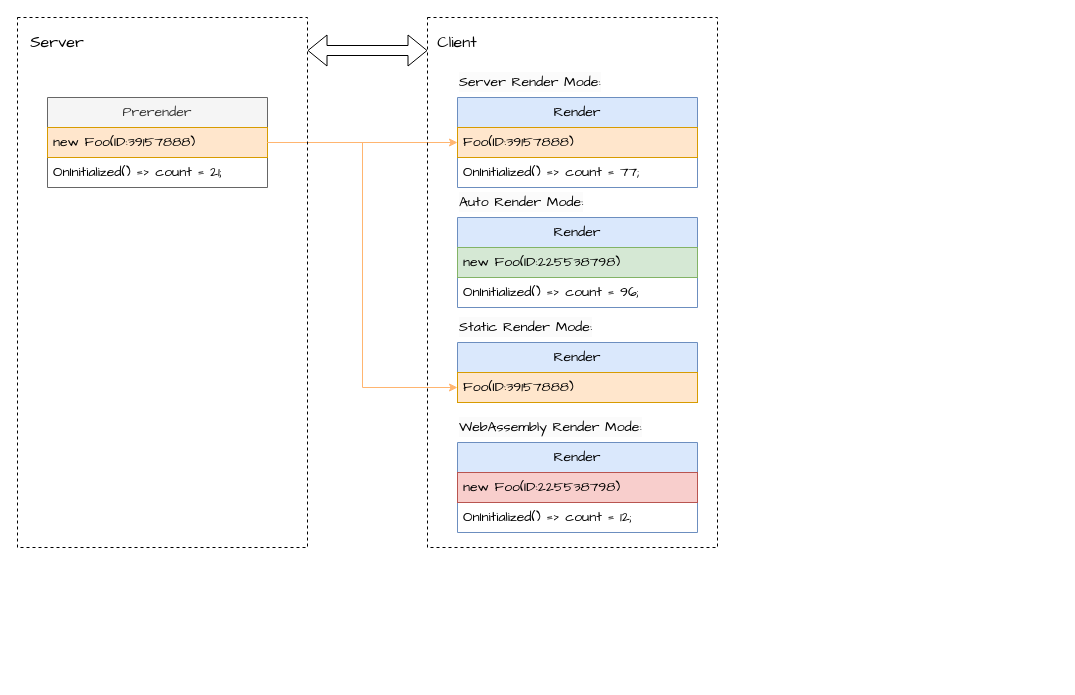
xccu/NetCore-Demo keeps this draw.io diagram as page "Prerender" (2 of 3) of Blazor.drawio. Above is the earlier version. Source tidied: cells renumbered, new cells numbered last; positions are measured from the earlier drawing's top-left corner, leaving out a move shared by most shapes. Both pictures are drawn from the tidied source at 100%, with x=0, y=0 at pixel (17, 17).
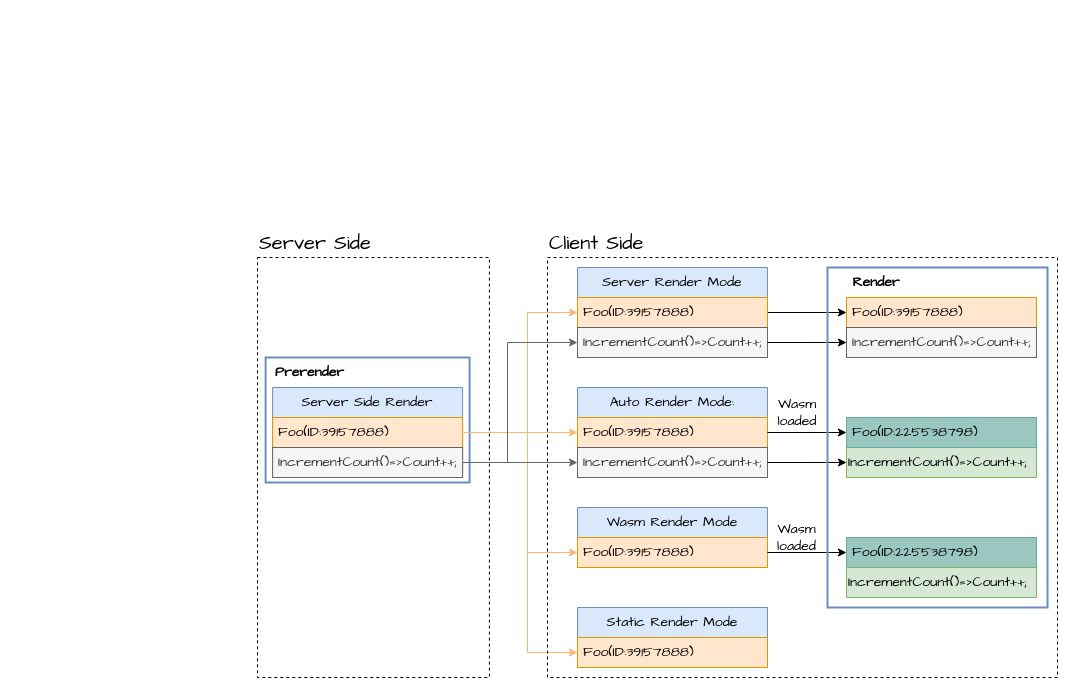
Above is the later version.

Change to the diagram source:
```diff
@@
-    <mxCell id="2" value="&lt;font face=&quot;Architects Daughter&quot; style=&quot;font-size: 16px;&quot;&gt;Server&lt;/font&gt;" style="text;html=1;strokeColor=none;fillColor=none;align=center;verticalAlign=middle;whiteSpace=wrap;rounded=0;fontSize=16;" parent="1" vertex="1">
-      <mxGeometry x="10" y="10" width="60" height="30" as="geometry" />
+    <mxCell id="2" value="&lt;font face=&quot;Architects Daughter&quot; style=&quot;font-size: 20px;&quot;&gt;Server Side&lt;/font&gt;" style="text;html=1;strokeColor=none;fillColor=none;align=left;verticalAlign=middle;whiteSpace=wrap;rounded=0;fontSize=16;" parent="1" vertex="1">
+      <mxGeometry x="240" y="210" width="140" height="30" as="geometry" />
     </mxCell>
-    <mxCell id="3" value="&lt;font face=&quot;Architects Daughter&quot; style=&quot;font-size: 16px;&quot;&gt;Client&lt;/font&gt;" style="text;html=1;strokeColor=none;fillColor=none;align=center;verticalAlign=middle;whiteSpace=wrap;rounded=0;fontSize=16;" parent="1" vertex="1">
-      <mxGeometry x="410" y="10" width="60" height="30" as="geometry" />
+    <mxCell id="3" value="&lt;font face=&quot;Architects Daughter&quot; style=&quot;font-size: 20px;&quot;&gt;Client Side&lt;/font&gt;" style="text;html=1;strokeColor=none;fillColor=none;align=left;verticalAlign=middle;whiteSpace=wrap;rounded=0;fontSize=16;" parent="1" vertex="1">
+      <mxGeometry x="530" y="210" width="110" height="30" as="geometry" />
     </mxCell>
-    <mxCell id="4" value="&lt;span style=&quot;color: rgb(0, 0, 0); font-size: 14px; font-style: normal; font-variant-ligatures: normal; font-variant-caps: normal; font-weight: 400; letter-spacing: normal; orphans: 2; text-align: left; text-indent: 0px; text-transform: none; widows: 2; word-spacing: 0px; -webkit-text-stroke-width: 0px; background-color: rgb(251, 251, 251); text-decoration-thickness: initial; text-decoration-style: initial; text-decoration-color: initial; float: none; display: inline !important;&quot;&gt;Server Render Mode:&lt;/span&gt;" style="text;whiteSpace=wrap;html=1;fontSize=14;fontFamily=Architects Daughter;" parent="1" vertex="1">
-      <mxGeometry x="440" y="50" width="150" height="30" as="geometry" />
-    </mxCell>
-    <mxCell id="5" value="&lt;span style=&quot;color: rgb(0, 0, 0); font-size: 14px; font-style: normal; font-variant-ligatures: normal; font-variant-caps: normal; font-weight: 400; letter-spacing: normal; orphans: 2; text-align: left; text-indent: 0px; text-transform: none; widows: 2; word-spacing: 0px; -webkit-text-stroke-width: 0px; background-color: rgb(251, 251, 251); text-decoration-thickness: initial; text-decoration-style: initial; text-decoration-color: initial; float: none; display: inline !important;&quot;&gt;Auto Render Mode:&lt;/span&gt;" style="text;whiteSpace=wrap;html=1;fontSize=14;fontFamily=Architects Daughter;" parent="1" vertex="1">
-      <mxGeometry x="440" y="170" width="140" height="30" as="geometry" />
-    </mxCell>
-    <mxCell id="6" value="&lt;span style=&quot;color: rgb(0, 0, 0); font-size: 14px; font-style: normal; font-variant-ligatures: normal; font-variant-caps: normal; font-weight: 400; letter-spacing: normal; orphans: 2; text-align: left; text-indent: 0px; text-transform: none; widows: 2; word-spacing: 0px; -webkit-text-stroke-width: 0px; background-color: rgb(251, 251, 251); text-decoration-thickness: initial; text-decoration-style: initial; text-decoration-color: initial; float: none; display: inline !important;&quot;&gt;Static Render Mode:&lt;/span&gt;" style="text;whiteSpace=wrap;html=1;fontSize=14;fontFamily=Architects Daughter;" parent="1" vertex="1">
-      <mxGeometry x="440" y="295" width="140" height="30" as="geometry" />
-    </mxCell>
-    <mxCell id="7" value="&lt;span style=&quot;color: rgb(0, 0, 0); font-size: 14px; font-style: normal; font-variant-ligatures: normal; font-variant-caps: normal; font-weight: 400; letter-spacing: normal; orphans: 2; text-align: left; text-indent: 0px; text-transform: none; widows: 2; word-spacing: 0px; -webkit-text-stroke-width: 0px; background-color: rgb(251, 251, 251); text-decoration-thickness: initial; text-decoration-style: initial; text-decoration-color: initial; float: none; display: inline !important;&quot;&gt;WebAssembly Render Mode:&lt;/span&gt;" style="text;whiteSpace=wrap;html=1;fontSize=14;fontFamily=Architects Daughter;" parent="1" vertex="1">
-      <mxGeometry x="440" y="395" width="190" height="30" as="geometry" />
-    </mxCell>
+    <mxCell id="27" style="edgeStyle=orthogonalEdgeStyle;rounded=0;jettySize=auto;html=1;exitX=1;exitY=0.5;exitDx=0;exitDy=0;entryX=0;entryY=0.5;entryDx=0;entryDy=0;strokeColor=#FFB570;" parent="1" edge="1" source="8" target="20">
+      <mxGeometry relative="1" as="geometry">
+        <Array as="points">
+          <mxPoint x="510" y="415" />
+          <mxPoint x="510" y="295" />
+        </Array>
+      </mxGeometry>
+    </mxCell>
+    <mxCell id="28" style="edgeStyle=orthogonalEdgeStyle;rounded=0;jettySize=auto;html=1;exitX=1;exitY=0.5;exitDx=0;exitDy=0;entryX=0;entryY=0.5;entryDx=0;entryDy=0;strokeColor=#FFB570;" parent="1" edge="1" source="8" target="12">
+      <mxGeometry relative="1" as="geometry" />
+    </mxCell>
-    <mxCell id="8" value="&lt;font face=&quot;Architects Daughter&quot; style=&quot;font-size: 14px;&quot;&gt;Prerender&lt;/font&gt;" style="swimlane;fontStyle=0;horizontal=1;startSize=30;whiteSpace=wrap;html=1;fillColor=#f5f5f5;strokeColor=#666666;fontColor=#333333;" parent="1" vertex="1">
-      <mxGeometry x="30" y="80" width="220" height="90" as="geometry" />
+    <mxCell id="8" value="&lt;font face=&quot;Architects Daughter&quot; style=&quot;font-size: 14px;&quot;&gt;Server Side Render&lt;/font&gt;" style="swimlane;fontStyle=0;horizontal=1;startSize=30;whiteSpace=wrap;html=1;fillColor=#dae8fc;strokeColor=#6c8ebf;" parent="1" vertex="1">
+      <mxGeometry x="255.1" y="370" width="190" height="90" as="geometry" />
     </mxCell>
-    <mxCell id="9" value="new Foo(ID:39157888)" style="text;align=left;verticalAlign=middle;spacingLeft=4;spacingRight=4;overflow=hidden;points=[[0,0.5],[1,0.5]];portConstraint=eastwest;whiteSpace=wrap;html=1;fontFamily=Architects Daughter;fontSize=14;fillColor=#ffe6cc;strokeColor=#d79b00;" parent="8" vertex="1">
-      <mxGeometry y="30" width="220" height="30" as="geometry" />
+    <mxCell id="9" value="Foo(ID:39157888)" style="text;align=left;verticalAlign=middle;spacingLeft=4;spacingRight=4;overflow=hidden;points=[[0,0.5],[1,0.5]];portConstraint=eastwest;whiteSpace=wrap;html=1;fontFamily=Architects Daughter;fontSize=14;fillColor=#ffe6cc;strokeColor=#d79b00;" parent="8" vertex="1">
+      <mxGeometry y="30" width="190" height="30" as="geometry" />
     </mxCell>
-    <mxCell id="10" value="OnInitialized() =&amp;gt; count = 21;" style="text;strokeColor=none;fillColor=none;align=left;verticalAlign=middle;spacingLeft=4;spacingRight=4;overflow=hidden;points=[[0,0.5],[1,0.5]];portConstraint=eastwest;whiteSpace=wrap;html=1;fontFamily=Architects Daughter;fontSize=14;" parent="8" vertex="1">
-      <mxGeometry y="60" width="220" height="30" as="geometry" />
+    <mxCell id="10" value="IncrementCount()=&amp;gt;Count++;" style="text;align=left;verticalAlign=middle;spacingLeft=4;spacingRight=4;overflow=hidden;points=[[0,0.5],[1,0.5]];portConstraint=eastwest;whiteSpace=wrap;html=1;fontFamily=Architects Daughter;fontSize=14;fillColor=#f5f5f5;fontColor=#333333;strokeColor=#666666;" parent="8" vertex="1">
+      <mxGeometry y="60" width="190" height="30" as="geometry" />
     </mxCell>
-    <mxCell id="11" value="&lt;font face=&quot;Architects Daughter&quot; style=&quot;font-size: 14px;&quot;&gt;Render&lt;/font&gt;" style="swimlane;fontStyle=0;horizontal=1;startSize=30;whiteSpace=wrap;html=1;fillColor=#dae8fc;strokeColor=#6c8ebf;" parent="1" vertex="1">
-      <mxGeometry x="440" y="200" width="240" height="90" as="geometry" />
+    <mxCell id="11" value="&lt;font face=&quot;Architects Daughter&quot; style=&quot;font-size: 14px;&quot;&gt;Auto Render Mode:&lt;/font&gt;" style="swimlane;fontStyle=0;horizontal=1;startSize=30;whiteSpace=wrap;html=1;fillColor=#dae8fc;strokeColor=#6c8ebf;" parent="1" vertex="1">
+      <mxGeometry x="560" y="370" width="190" height="90" as="geometry" />
     </mxCell>
-    <mxCell id="12" value="new Foo(ID:225538798)" style="text;align=left;verticalAlign=middle;spacingLeft=4;spacingRight=4;overflow=hidden;points=[[0,0.5],[1,0.5]];portConstraint=eastwest;whiteSpace=wrap;html=1;fontFamily=Architects Daughter;fontSize=14;fillColor=#d5e8d4;strokeColor=#82b366;" parent="11" vertex="1">
-      <mxGeometry y="30" width="240" height="30" as="geometry" />
+    <mxCell id="12" value="Foo(ID:39157888)" style="text;align=left;verticalAlign=middle;spacingLeft=4;spacingRight=4;overflow=hidden;points=[[0,0.5],[1,0.5]];portConstraint=eastwest;whiteSpace=wrap;html=1;fontFamily=Architects Daughter;fontSize=14;fillColor=#ffe6cc;strokeColor=#d79b00;" parent="11" vertex="1">
+      <mxGeometry y="30" width="190" height="30" as="geometry" />
     </mxCell>
-    <mxCell id="13" value="OnInitialized() =&amp;gt; count = 96;" style="text;strokeColor=none;fillColor=none;align=left;verticalAlign=middle;spacingLeft=4;spacingRight=4;overflow=hidden;points=[[0,0.5],[1,0.5]];portConstraint=eastwest;whiteSpace=wrap;html=1;fontFamily=Architects Daughter;fontSize=14;" parent="11" vertex="1">
-      <mxGeometry y="60" width="240" height="30" as="geometry" />
+    <mxCell id="13" value="IncrementCount()=&amp;gt;Count++;" style="text;strokeColor=#666666;fillColor=#f5f5f5;align=left;verticalAlign=middle;spacingLeft=4;spacingRight=4;overflow=hidden;points=[[0,0.5],[1,0.5]];portConstraint=eastwest;whiteSpace=wrap;html=1;fontFamily=Architects Daughter;fontSize=14;fontColor=#333333;" parent="11" vertex="1">
+      <mxGeometry y="60" width="190" height="30" as="geometry" />
     </mxCell>
-    <mxCell id="14" value="&lt;font face=&quot;Architects Daughter&quot; style=&quot;font-size: 14px;&quot;&gt;Render&lt;/font&gt;" style="swimlane;fontStyle=0;horizontal=1;startSize=30;whiteSpace=wrap;html=1;fillColor=#dae8fc;strokeColor=#6c8ebf;" parent="1" vertex="1">
-      <mxGeometry x="440" y="425" width="240" height="90" as="geometry" />
+    <mxCell id="14" value="&lt;font face=&quot;Architects Daughter&quot; style=&quot;font-size: 14px;&quot;&gt;Wasm&amp;nbsp;Render Mode&lt;/font&gt;" style="swimlane;fontStyle=0;horizontal=1;startSize=30;whiteSpace=wrap;html=1;fillColor=#dae8fc;strokeColor=#6c8ebf;" parent="1" vertex="1">
+      <mxGeometry x="560" y="490" width="190" height="60" as="geometry" />
     </mxCell>
-    <mxCell id="15" value="new Foo(ID:225538798)" style="text;align=left;verticalAlign=middle;spacingLeft=4;spacingRight=4;overflow=hidden;points=[[0,0.5],[1,0.5]];portConstraint=eastwest;whiteSpace=wrap;html=1;fontFamily=Architects Daughter;fontSize=14;fillColor=#f8cecc;strokeColor=#b85450;" parent="14" vertex="1">
-      <mxGeometry y="30" width="240" height="30" as="geometry" />
+    <mxCell id="15" value="Foo(ID:39157888)" style="text;align=left;verticalAlign=middle;spacingLeft=4;spacingRight=4;overflow=hidden;points=[[0,0.5],[1,0.5]];portConstraint=eastwest;whiteSpace=wrap;html=1;fontFamily=Architects Daughter;fontSize=14;fillColor=#ffe6cc;strokeColor=#d79b00;" parent="14" vertex="1">
+      <mxGeometry y="30" width="190" height="30" as="geometry" />
     </mxCell>
-    <mxCell id="16" value="OnInitialized() =&amp;gt; count = 12;" style="text;strokeColor=none;fillColor=none;align=left;verticalAlign=middle;spacingLeft=4;spacingRight=4;overflow=hidden;whiteSpace=wrap;html=1;fontFamily=Architects Daughter;fontSize=14;" parent="14" vertex="1">
-      <mxGeometry y="60" width="240" height="30" as="geometry" />
-    </mxCell>
-    <mxCell id="17" value="&lt;font face=&quot;Architects Daughter&quot; style=&quot;font-size: 14px;&quot;&gt;Render&lt;/font&gt;" style="swimlane;fontStyle=0;horizontal=1;startSize=30;whiteSpace=wrap;html=1;fillColor=#dae8fc;strokeColor=#6c8ebf;" parent="1" vertex="1">
-      <mxGeometry x="440" y="325" width="240" height="60" as="geometry" />
+    <mxCell id="17" value="&lt;font face=&quot;Architects Daughter&quot; style=&quot;font-size: 14px;&quot;&gt;Static Render Mode&lt;/font&gt;" style="swimlane;fontStyle=0;horizontal=1;startSize=30;whiteSpace=wrap;html=1;fillColor=#dae8fc;strokeColor=#6c8ebf;" parent="1" vertex="1">
+      <mxGeometry x="560" y="590" width="190" height="60" as="geometry" />
     </mxCell>
     <mxCell id="18" value="Foo(ID:39157888)" style="text;align=left;verticalAlign=middle;spacingLeft=4;spacingRight=4;overflow=hidden;points=[[0,0.5],[1,0.5]];portConstraint=eastwest;whiteSpace=wrap;html=1;fontFamily=Architects Daughter;fontSize=14;fillColor=#ffe6cc;strokeColor=#d79b00;" parent="17" vertex="1">
-      <mxGeometry y="30" width="240" height="30" as="geometry" />
+      <mxGeometry y="30" width="190" height="30" as="geometry" />
     </mxCell>
+    <mxCell id="29" style="edgeStyle=orthogonalEdgeStyle;rounded=0;jettySize=auto;html=1;exitX=1;exitY=0.5;exitDx=0;exitDy=0;entryX=0;entryY=0.5;entryDx=0;entryDy=0;" parent="1" edge="1" source="19" target="40">
+      <mxGeometry relative="1" as="geometry" />
+    </mxCell>
-    <mxCell id="19" value="&lt;font face=&quot;Architects Daughter&quot; style=&quot;font-size: 14px;&quot;&gt;Render&lt;/font&gt;" style="swimlane;fontStyle=0;horizontal=1;startSize=30;whiteSpace=wrap;html=1;fillColor=#dae8fc;strokeColor=#6c8ebf;" parent="1" vertex="1">
-      <mxGeometry x="440" y="80" width="240" height="90" as="geometry" />
+    <mxCell id="19" value="&lt;font face=&quot;Architects Daughter&quot; style=&quot;font-size: 14px;&quot;&gt;Server Render Mode&lt;/font&gt;" style="swimlane;fontStyle=0;horizontal=1;startSize=30;whiteSpace=wrap;html=1;fillColor=#dae8fc;strokeColor=#6c8ebf;" parent="1" vertex="1">
+      <mxGeometry x="560" y="250" width="190" height="90" as="geometry" />
     </mxCell>
     <mxCell id="20" value="Foo(ID:39157888)" style="text;align=left;verticalAlign=middle;spacingLeft=4;spacingRight=4;overflow=hidden;points=[[0,0.5],[1,0.5]];portConstraint=eastwest;whiteSpace=wrap;html=1;fontFamily=Architects Daughter;fontSize=14;fillColor=#ffe6cc;strokeColor=#d79b00;" parent="19" vertex="1">
-      <mxGeometry y="30" width="240" height="30" as="geometry" />
+      <mxGeometry y="30" width="190" height="30" as="geometry" />
     </mxCell>
-    <mxCell id="21" value="OnInitialized() =&amp;gt; count = 77;" style="text;strokeColor=none;fillColor=none;align=left;verticalAlign=middle;spacingLeft=4;spacingRight=4;overflow=hidden;points=[[0,0.5],[1,0.5]];portConstraint=eastwest;whiteSpace=wrap;html=1;fontFamily=Architects Daughter;fontSize=14;" parent="19" vertex="1">
-      <mxGeometry y="60" width="240" height="30" as="geometry" />
+    <mxCell id="21" value="IncrementCount()=&amp;gt;Count++;" style="text;strokeColor=#666666;fillColor=#f5f5f5;align=left;verticalAlign=middle;spacingLeft=4;spacingRight=4;overflow=hidden;points=[[0,0.5],[1,0.5]];portConstraint=eastwest;whiteSpace=wrap;html=1;fontFamily=Architects Daughter;fontSize=14;fontColor=#333333;" parent="19" vertex="1">
+      <mxGeometry y="60" width="190" height="30" as="geometry" />
     </mxCell>
-    <mxCell id="22" style="edgeStyle=orthogonalEdgeStyle;rounded=0;jettySize=auto;html=1;exitX=1;exitY=0.5;exitDx=0;exitDy=0;entryX=0;entryY=0.5;entryDx=0;entryDy=0;strokeColor=#FFB570;" parent="1" edge="1" source="9" target="20">
-      <mxGeometry relative="1" as="geometry" />
-    </mxCell>
+    <mxCell id="30" value="&lt;font face=&quot;Architects Daughter&quot; style=&quot;font-size: 14px;&quot;&gt;IncrementCount()=&amp;gt;Count++;&lt;/font&gt;" style="rounded=0;whiteSpace=wrap;html=1;align=left;fillColor=#d5e8d4;strokeColor=#82b366;" parent="1" vertex="1">
+      <mxGeometry x="829" y="430" width="190" height="30" as="geometry" />
+    </mxCell>
+    <mxCell id="31" value="Foo(ID:225538798)" style="text;align=left;verticalAlign=middle;spacingLeft=4;spacingRight=4;overflow=hidden;points=[[0,0.5],[1,0.5]];portConstraint=eastwest;whiteSpace=wrap;html=1;fontFamily=Architects Daughter;fontSize=14;fillColor=#9AC7BF;strokeColor=#67AB9F;" parent="1" vertex="1">
+      <mxGeometry x="829" y="400" width="190" height="30" as="geometry" />
+    </mxCell>
+    <mxCell id="32" value="Foo(ID:225538798)" style="text;align=left;verticalAlign=middle;spacingLeft=4;spacingRight=4;overflow=hidden;points=[[0,0.5],[1,0.5]];portConstraint=eastwest;whiteSpace=wrap;html=1;fontFamily=Architects Daughter;fontSize=14;fillColor=#9AC7BF;strokeColor=#67AB9F;" parent="1" vertex="1">
+      <mxGeometry x="829" y="520" width="190" height="30" as="geometry" />
+    </mxCell>
+    <mxCell id="33" style="edgeStyle=orthogonalEdgeStyle;rounded=0;jettySize=auto;html=1;exitX=1;exitY=0.5;exitDx=0;exitDy=0;entryX=0;entryY=0.5;entryDx=0;entryDy=0;" parent="1" edge="1" source="12" target="31">
+      <mxGeometry relative="1" as="geometry" />
+    </mxCell>
+    <mxCell id="34" style="edgeStyle=orthogonalEdgeStyle;rounded=0;jettySize=auto;html=1;exitX=1;exitY=0.5;exitDx=0;exitDy=0;entryX=0;entryY=0.5;entryDx=0;entryDy=0;" parent="1" edge="1" source="13" target="30">
+      <mxGeometry relative="1" as="geometry" />
+    </mxCell>
+    <mxCell id="35" style="edgeStyle=orthogonalEdgeStyle;rounded=0;jettySize=auto;html=1;exitX=1;exitY=0.5;exitDx=0;exitDy=0;entryX=0;entryY=0.5;entryDx=0;entryDy=0;" parent="1" edge="1" source="15" target="32">
+      <mxGeometry relative="1" as="geometry" />
+    </mxCell>
+    <mxCell id="36" value="&lt;font face=&quot;Architects Daughter&quot; style=&quot;font-size: 14px;&quot;&gt;Wasm &lt;br&gt;loaded&lt;/font&gt;" style="text;html=1;strokeColor=none;fillColor=none;align=center;verticalAlign=middle;whiteSpace=wrap;rounded=0;" parent="1" vertex="1">
+      <mxGeometry x="750" y="380" width="60" height="30" as="geometry" />
+    </mxCell>
+    <mxCell id="37" value="&lt;font face=&quot;Architects Daughter&quot; style=&quot;font-size: 14px;&quot;&gt;Wasm &lt;br&gt;loaded&lt;/font&gt;" style="text;html=1;strokeColor=none;fillColor=none;align=center;verticalAlign=middle;whiteSpace=wrap;rounded=0;" parent="1" vertex="1">
+      <mxGeometry x="749" y="505" width="61" height="30" as="geometry" />
+    </mxCell>
+    <mxCell id="38" value="&lt;font style=&quot;font-size: 14px;&quot; face=&quot;Architects Daughter&quot;&gt;IncrementCount()=&amp;gt;Count++;&lt;/font&gt;" style="rounded=0;whiteSpace=wrap;html=1;align=left;fillColor=#d5e8d4;strokeColor=#82b366;" parent="1" vertex="1">
+      <mxGeometry x="829" y="550" width="190" height="30" as="geometry" />
+    </mxCell>
+    <mxCell id="39" style="rounded=0;whiteSpace=wrap;html=1;fillColor=none;dashed=1;" parent="1" vertex="1">
+      <mxGeometry x="240" y="240" width="231.9" height="420" as="geometry" />
+    </mxCell>
+    <mxCell id="40" value="Foo(ID:39157888)" style="text;align=left;verticalAlign=middle;spacingLeft=4;spacingRight=4;overflow=hidden;points=[[0,0.5],[1,0.5]];portConstraint=eastwest;whiteSpace=wrap;html=1;fontFamily=Architects Daughter;fontSize=14;fillColor=#ffe6cc;strokeColor=#d79b00;" parent="1" vertex="1">
+      <mxGeometry x="829" y="280" width="190" height="30" as="geometry" />
+    </mxCell>
+    <mxCell id="41" value="IncrementCount()=&amp;gt;Count++;" style="text;strokeColor=#666666;fillColor=#f5f5f5;align=left;verticalAlign=middle;spacingLeft=4;spacingRight=4;overflow=hidden;points=[[0,0.5],[1,0.5]];portConstraint=eastwest;whiteSpace=wrap;html=1;fontFamily=Architects Daughter;fontSize=14;fontColor=#333333;" parent="1" vertex="1">
+      <mxGeometry x="829" y="310" width="190" height="30" as="geometry" />
+    </mxCell>
+    <mxCell id="42" style="edgeStyle=orthogonalEdgeStyle;rounded=0;jettySize=auto;html=1;exitX=1;exitY=0.5;exitDx=0;exitDy=0;entryX=0;entryY=0.5;entryDx=0;entryDy=0;" parent="1" edge="1" source="21" target="41">
+      <mxGeometry relative="1" as="geometry" />
+    </mxCell>
+    <mxCell id="43" value="&lt;font face=&quot;Architects Daughter&quot; style=&quot;font-size: 14px;&quot;&gt;&lt;b&gt;Prerender&lt;/b&gt;&lt;/font&gt;" style="text;html=1;strokeColor=none;fillColor=none;align=center;verticalAlign=middle;whiteSpace=wrap;rounded=0;" parent="1" vertex="1">
+      <mxGeometry x="255.1" y="340" width="75" height="30" as="geometry" />
+    </mxCell>
+    <mxCell id="44" value="&lt;font face=&quot;Architects Daughter&quot; style=&quot;font-size: 14px;&quot;&gt;&lt;b&gt;Render&lt;/b&gt;&lt;/font&gt;" style="text;html=1;strokeColor=none;fillColor=none;align=center;verticalAlign=middle;whiteSpace=wrap;rounded=0;" parent="1" vertex="1">
+      <mxGeometry x="829" y="250" width="60" height="30" as="geometry" />
+    </mxCell>
+    <mxCell id="45" style="rounded=0;whiteSpace=wrap;html=1;fillColor=none;strokeColor=#6c8ebf;strokeWidth=2;" parent="1" vertex="1">
+      <mxGeometry x="248.1" y="340" width="204" height="125" as="geometry" />
+    </mxCell>
+    <mxCell id="46" style="rounded=0;whiteSpace=wrap;html=1;fillColor=none;strokeColor=#6c8ebf;strokeWidth=2;" parent="1" vertex="1">
+      <mxGeometry x="810" y="250" width="220" height="340" as="geometry" />
+    </mxCell>
+    <mxCell id="47" style="edgeStyle=orthogonalEdgeStyle;rounded=0;jettySize=auto;html=1;exitX=1;exitY=0.5;exitDx=0;exitDy=0;entryX=0;entryY=0.5;entryDx=0;entryDy=0;strokeColor=#FFB570;" parent="1" edge="1" source="9" target="15">
+      <mxGeometry relative="1" as="geometry">
+        <Array as="points">
+          <mxPoint x="510" y="415" />
+          <mxPoint x="510" y="535" />
+        </Array>
+      </mxGeometry>
+    </mxCell>
     <mxCell id="23" style="edgeStyle=orthogonalEdgeStyle;rounded=0;jettySize=auto;html=1;exitX=1;exitY=0.5;exitDx=0;exitDy=0;entryX=0;entryY=0.5;entryDx=0;entryDy=0;strokeColor=#FFB570;" parent="1" edge="1" source="9" target="18">
-      <mxGeometry relative="1" as="geometry" />
+      <mxGeometry relative="1" as="geometry">
+        <Array as="points">
+          <mxPoint x="510" y="415" />
+          <mxPoint x="510" y="635" />
+        </Array>
+      </mxGeometry>
     </mxCell>
-    <mxCell id="24" style="rounded=0;whiteSpace=wrap;html=1;fillColor=none;dashed=1;" parent="1" vertex="1">
-      <mxGeometry width="290" height="530" as="geometry" />
-    </mxCell>
-    <mxCell id="25" style="rounded=0;whiteSpace=wrap;html=1;fillColor=none;dashed=1;" parent="1" vertex="1">
-      <mxGeometry x="410" width="290" height="530" as="geometry" />
-    </mxCell>
-    <mxCell id="26" style="shape=flexArrow;endArrow=classic;startArrow=classic;html=1;rounded=0;" parent="1" edge="1">
-      <mxGeometry relative="1" as="geometry">
-        <mxPoint x="290" y="33" as="sourcePoint" />
-        <mxPoint x="410" y="33" as="targetPoint" />
-      </mxGeometry>
-    </mxCell>
+    <mxCell id="48" style="edgeStyle=orthogonalEdgeStyle;rounded=0;jettySize=auto;html=1;exitX=1;exitY=0.5;exitDx=0;exitDy=0;entryX=0;entryY=0.5;entryDx=0;entryDy=0;strokeColor=#666666;" parent="1" edge="1" source="10" target="21">
+      <mxGeometry relative="1" as="geometry">
+        <Array as="points">
+          <mxPoint x="490" y="445" />
+          <mxPoint x="490" y="325" />
+        </Array>
+      </mxGeometry>
+    </mxCell>
+    <mxCell id="49" style="edgeStyle=orthogonalEdgeStyle;rounded=0;jettySize=auto;html=1;exitX=1;exitY=0.5;exitDx=0;exitDy=0;entryX=0;entryY=0.5;entryDx=0;entryDy=0;strokeColor=#666666;" parent="1" edge="1" source="10" target="13">
+      <mxGeometry relative="1" as="geometry" />
+    </mxCell>
+    <mxCell id="50" style="rounded=0;whiteSpace=wrap;html=1;fillColor=none;dashed=1;" parent="1" vertex="1">
+      <mxGeometry x="530" y="240" width="510" height="420" as="geometry" />
+    </mxCell>
```
